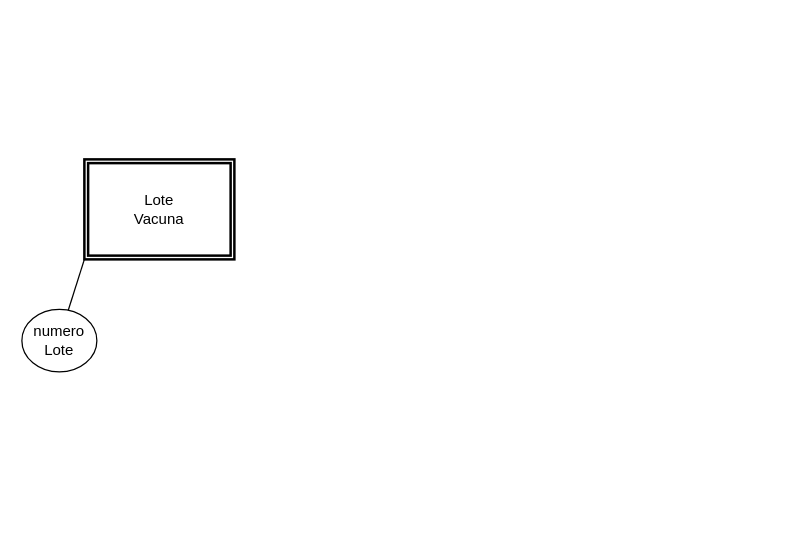
This is Diagrama sin título.drawio from monick96/Diagramas_ER, a draw.io file, before an edit. Source tidied: cells renumbered, new cells numbered last; positions are measured from the earlier drawing's top-left corner, leaving out a move shared by most shapes. Both pictures are drawn from the tidied source at 125%, with x=0, y=0 at pixel (21, 159).
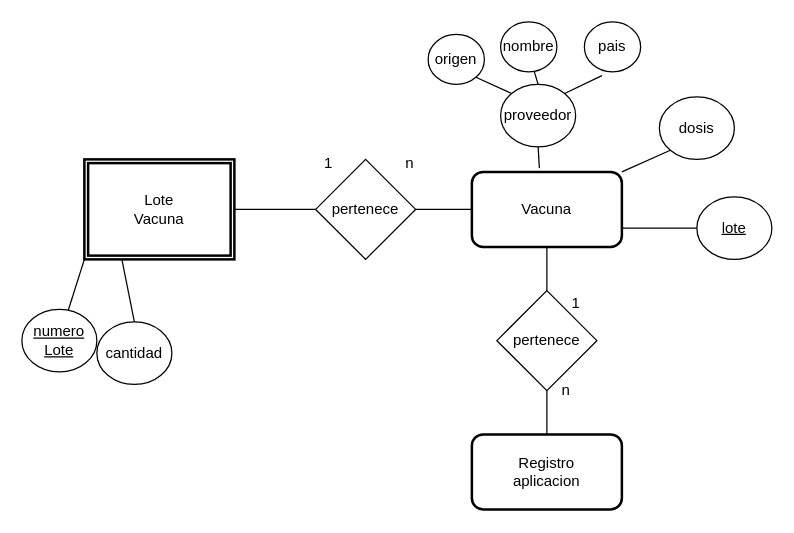
The same diagram, later.

Unchanged cells that the change refers to:
```xml
<mxCell id="2" value="Lote&lt;div&gt;Vacuna&lt;/div&gt;" style="shape=ext;double=1;rounded=0;whiteSpace=wrap;html=1;strokeWidth=2;" parent="1" vertex="1">
  <mxGeometry x="50" width="120" height="80" as="geometry" />
</mxCell>
```

The edit, as a diff of the source:
```diff
@@
-    <mxCell id="4" value="numero&lt;div&gt;Lote&lt;/div&gt;" style="ellipse;whiteSpace=wrap;html=1;" parent="1" vertex="1">
+    <mxCell id="4" value="&lt;u&gt;numero&lt;/u&gt;&lt;div&gt;&lt;u&gt;Lote&lt;/u&gt;&lt;/div&gt;" style="ellipse;whiteSpace=wrap;html=1;" parent="1" vertex="1">
       <mxGeometry y="120" width="60" height="50" as="geometry" />
     </mxCell>
+    <mxCell id="5" value="cantidad" style="ellipse;whiteSpace=wrap;html=1;" parent="1" vertex="1">
+      <mxGeometry x="60" y="130" width="60" height="50" as="geometry" />
+    </mxCell>
+    <mxCell id="6" style="endArrow=none;html=1;rounded=0;exitX=0.25;exitY=1;exitDx=0;exitDy=0;entryX=0.5;entryY=0;entryDx=0;entryDy=0;" parent="1" edge="1" source="2" target="5">
+      <mxGeometry relative="1" as="geometry" />
+    </mxCell>
+    <mxCell id="7" value="pertenece" style="rhombus;whiteSpace=wrap;html=1;" parent="1" vertex="1">
+      <mxGeometry x="235" width="80" height="80" as="geometry" />
+    </mxCell>
+    <mxCell id="8" style="endArrow=none;html=1;rounded=0;exitX=0;exitY=0.5;exitDx=0;exitDy=0;entryX=1;entryY=0.5;entryDx=0;entryDy=0;" parent="1" edge="1" source="7" target="2">
+      <mxGeometry relative="1" as="geometry" />
+    </mxCell>
+    <mxCell id="9" value="1" style="text;html=1;align=center;verticalAlign=middle;strokeColor=none;fillColor=none;" parent="1" vertex="1">
+      <mxGeometry x="230" y="-12" width="30" height="30" as="geometry" />
+    </mxCell>
+    <mxCell id="10" value="n" style="text;html=1;align=center;verticalAlign=middle;strokeColor=none;fillColor=none;" parent="1" vertex="1">
+      <mxGeometry x="295" y="-12" width="30" height="30" as="geometry" />
+    </mxCell>
+    <mxCell id="11" value="Vacuna" style="rounded=1;whiteSpace=wrap;html=1;strokeWidth=2;" parent="1" vertex="1">
+      <mxGeometry x="360" y="10" width="120" height="60" as="geometry" />
+    </mxCell>
+    <mxCell id="12" style="endArrow=none;html=1;rounded=0;exitX=1;exitY=0.5;exitDx=0;exitDy=0;" parent="1" edge="1" source="7">
+      <mxGeometry relative="1" as="geometry">
+        <mxPoint x="360" y="40" as="targetPoint" />
+      </mxGeometry>
+    </mxCell>
+    <mxCell id="13" style="endArrow=none;html=1;rounded=0;exitX=1;exitY=0.75;exitDx=0;exitDy=0;entryX=0;entryY=0.5;entryDx=0;entryDy=0;" parent="1" edge="1" source="11" target="16">
+      <mxGeometry relative="1" as="geometry" />
+    </mxCell>
+    <mxCell id="14" value="dosis" style="ellipse;whiteSpace=wrap;html=1;" parent="1" vertex="1">
+      <mxGeometry x="510" y="-50" width="60" height="50" as="geometry" />
+    </mxCell>
+    <mxCell id="15" style="endArrow=none;html=1;rounded=0;exitX=1;exitY=0;exitDx=0;exitDy=0;entryX=0;entryY=1;entryDx=0;entryDy=0;" parent="1" edge="1" source="11" target="14">
+      <mxGeometry relative="1" as="geometry" />
+    </mxCell>
+    <mxCell id="16" value="&lt;u&gt;lote&lt;/u&gt;" style="ellipse;whiteSpace=wrap;html=1;" parent="1" vertex="1">
+      <mxGeometry x="540" y="30" width="60" height="50" as="geometry" />
+    </mxCell>
+    <mxCell id="17" value="proveedor" style="ellipse;whiteSpace=wrap;html=1;" parent="1" vertex="1">
+      <mxGeometry x="383" y="-60" width="60" height="50" as="geometry" />
+    </mxCell>
+    <mxCell id="18" style="endArrow=none;html=1;rounded=0;exitX=0.45;exitY=-0.05;exitDx=0;exitDy=0;entryX=0.5;entryY=1;entryDx=0;entryDy=0;exitPerimeter=0;" parent="1" edge="1" source="11" target="17">
+      <mxGeometry relative="1" as="geometry" />
+    </mxCell>
+    <mxCell id="19" value="origen" style="ellipse;whiteSpace=wrap;html=1;" parent="1" vertex="1">
+      <mxGeometry x="325" y="-100" width="45" height="40" as="geometry" />
+    </mxCell>
+    <mxCell id="20" value="nombre" style="ellipse;whiteSpace=wrap;html=1;" parent="1" vertex="1">
+      <mxGeometry x="383" y="-110" width="45" height="40" as="geometry" />
+    </mxCell>
+    <mxCell id="21" value="pais" style="ellipse;whiteSpace=wrap;html=1;" parent="1" vertex="1">
+      <mxGeometry x="450" y="-110" width="45" height="40" as="geometry" />
+    </mxCell>
+    <mxCell id="22" style="endArrow=none;html=1;rounded=0;exitX=0.5;exitY=0;exitDx=0;exitDy=0;" parent="1" edge="1" source="17">
+      <mxGeometry relative="1" as="geometry">
+        <mxPoint x="410" y="-70" as="targetPoint" />
+      </mxGeometry>
+    </mxCell>
+    <mxCell id="23" style="endArrow=none;html=1;rounded=0;exitX=0;exitY=0;exitDx=0;exitDy=0;entryX=1;entryY=1;entryDx=0;entryDy=0;" parent="1" edge="1" source="17" target="19">
+      <mxGeometry relative="1" as="geometry" />
+    </mxCell>
+    <mxCell id="24" style="endArrow=none;html=1;rounded=0;entryX=0.311;entryY=1.075;entryDx=0;entryDy=0;entryPerimeter=0;exitX=1;exitY=0;exitDx=0;exitDy=0;" parent="1" edge="1" source="17" target="21">
+      <mxGeometry relative="1" as="geometry" />
+    </mxCell>
+    <mxCell id="25" value="pertenece" style="rhombus;whiteSpace=wrap;html=1;rotation=0;" parent="1" vertex="1">
+      <mxGeometry x="380" y="105" width="80" height="80" as="geometry" />
+    </mxCell>
+    <mxCell id="26" style="endArrow=none;html=1;rounded=0;exitX=0.5;exitY=1;exitDx=0;exitDy=0;" parent="1" edge="1" source="25">
+      <mxGeometry relative="1" as="geometry">
+        <mxPoint x="420" y="220" as="targetPoint" />
+      </mxGeometry>
+    </mxCell>
+    <mxCell id="27" value="1" style="text;html=1;align=center;verticalAlign=middle;strokeColor=none;fillColor=none;" parent="1" vertex="1">
+      <mxGeometry x="428" y="100" width="30" height="30" as="geometry" />
+    </mxCell>
+    <mxCell id="28" value="n" style="text;html=1;align=center;verticalAlign=middle;strokeColor=none;fillColor=none;" parent="1" vertex="1">
+      <mxGeometry x="420" y="170" width="30" height="30" as="geometry" />
+    </mxCell>
+    <mxCell id="29" style="endArrow=none;html=1;rounded=0;exitX=0.5;exitY=0;exitDx=0;exitDy=0;entryX=0.5;entryY=1;entryDx=0;entryDy=0;" parent="1" edge="1" source="25" target="11">
+      <mxGeometry relative="1" as="geometry" />
+    </mxCell>
+    <mxCell id="30" value="Registro&lt;div&gt;aplicacion&lt;/div&gt;" style="rounded=1;whiteSpace=wrap;html=1;strokeWidth=2;" parent="1" vertex="1">
+      <mxGeometry x="360" y="220" width="120" height="60" as="geometry" />
+    </mxCell>
```
